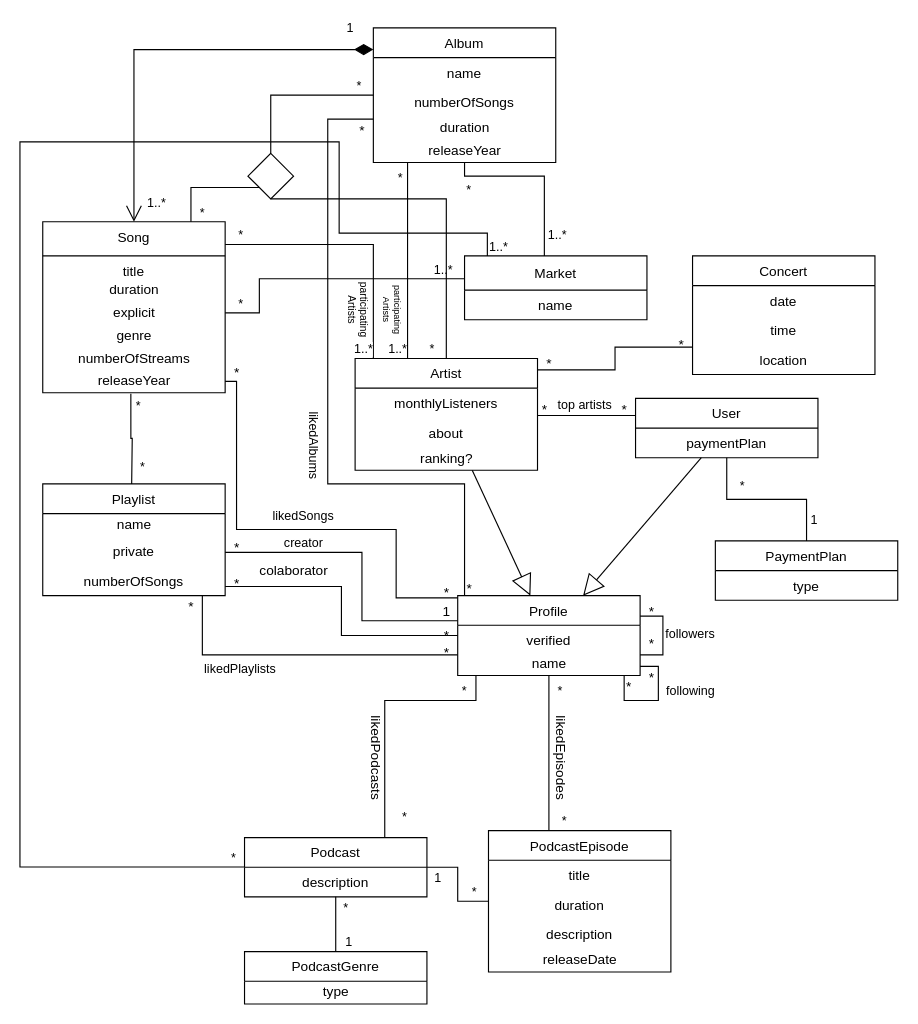
This is Spotify-class-diag.drawio from Naapperas/feup-bd, a draw.io file, before an edit. Source tidied: cells renumbered, new cells numbered last; positions are measured from the earlier drawing's top-left corner, leaving out a move shared by most shapes. Both pictures are drawn from the tidied source at 114%, with x=0, y=0 at pixel (19, 27).
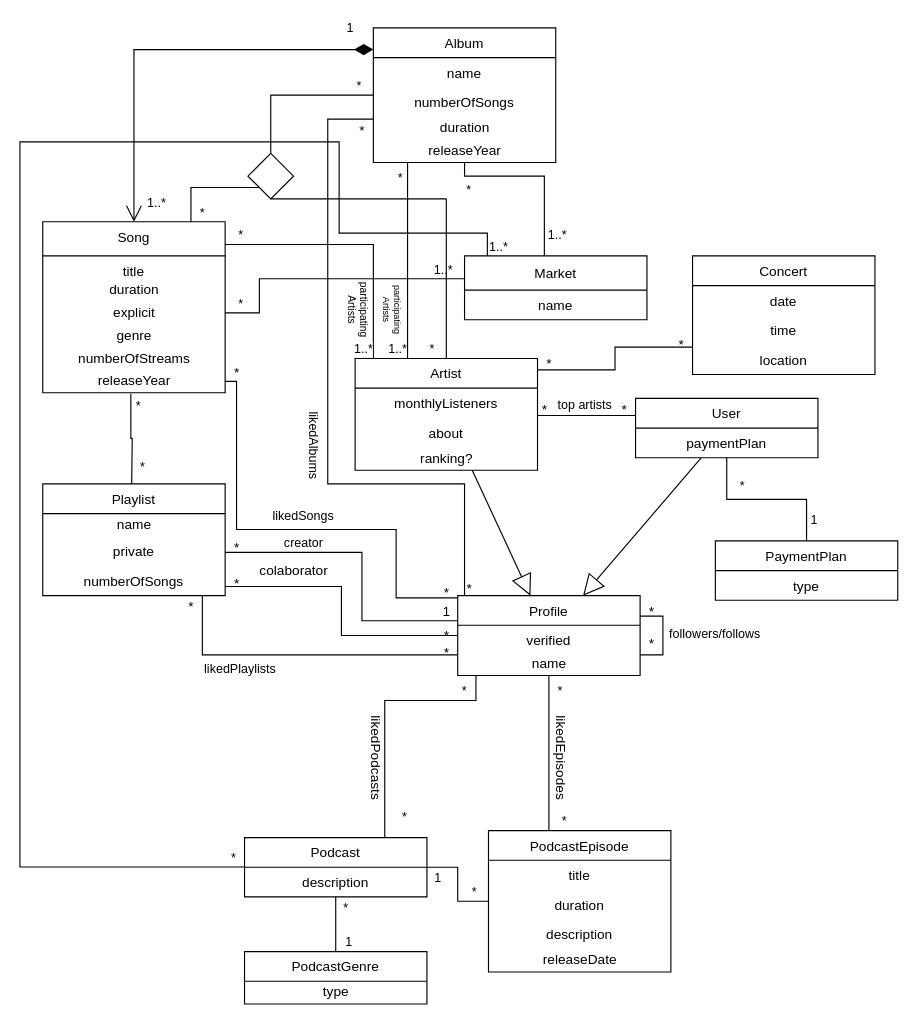
Above is the later version.

Commit message:
Removed redundancy on follower/follows association

The change refers to these unchanged cells:
```xml
<mxCell id="16" value="Profile" style="swimlane;fontStyle=0;horizontal=1;startSize=26;fillColor=none;align=center;" parent="1" vertex="1">
  <mxGeometry x="384" y="498" width="160" height="70" as="geometry" />
</mxCell>
<mxCell id="71" style="endArrow=none;html=1;edgeStyle=orthogonalEdgeStyle;rounded=0;align=center;" parent="1" edge="1" source="16" target="16">
  <mxGeometry relative="1" as="geometry">
    <Array as="points">
      <mxPoint x="564" y="550" />
    </Array>
  </mxGeometry>
</mxCell>
```

Change to the diagram source:
```diff
@@
-    <mxCell id="72" value="followers" style="edgeLabel;html=1;align=right;verticalAlign=bottom;" parent="71" vertex="1">
+    <mxCell id="72" value="followers/follows" style="edgeLabel;html=1;align=right;verticalAlign=bottom;" parent="71" vertex="1">
       <mxGeometry x="1" relative="1" as="geometry">
-        <mxPoint x="66" y="-10" as="offset" />
+        <mxPoint x="106" y="-10" as="offset" />
       </mxGeometry>
     </mxCell>
-    <mxCell id="73" style="endArrow=none;html=1;edgeStyle=orthogonalEdgeStyle;rounded=0;align=center;" parent="1" edge="1" source="16" target="16">
-      <mxGeometry relative="1" as="geometry">
-        <Array as="points">
-          <mxPoint x="560" y="560" />
-          <mxPoint x="560" y="590" />
-          <mxPoint x="530" y="590" />
-        </Array>
-      </mxGeometry>
-    </mxCell>
-    <mxCell id="74" value="following" style="edgeLabel;html=1;align=right;verticalAlign=bottom;" parent="73" vertex="1">
-      <mxGeometry x="1" relative="1" as="geometry">
-        <mxPoint x="80" y="22" as="offset" />
-      </mxGeometry>
-    </mxCell>
@@
-    <mxCell id="77" value="*" style="text;html=1;align=center;verticalAlign=middle;strokeColor=none;fillColor=none;" parent="1" vertex="1">
-      <mxGeometry x="544" y="560" width="20" height="20" as="geometry" />
-    </mxCell>
-    <mxCell id="78" value="*" style="text;html=1;align=center;verticalAlign=middle;strokeColor=none;fillColor=none;" parent="1" vertex="1">
-      <mxGeometry x="524" y="568" width="20" height="20" as="geometry" />
-    </mxCell>
```
